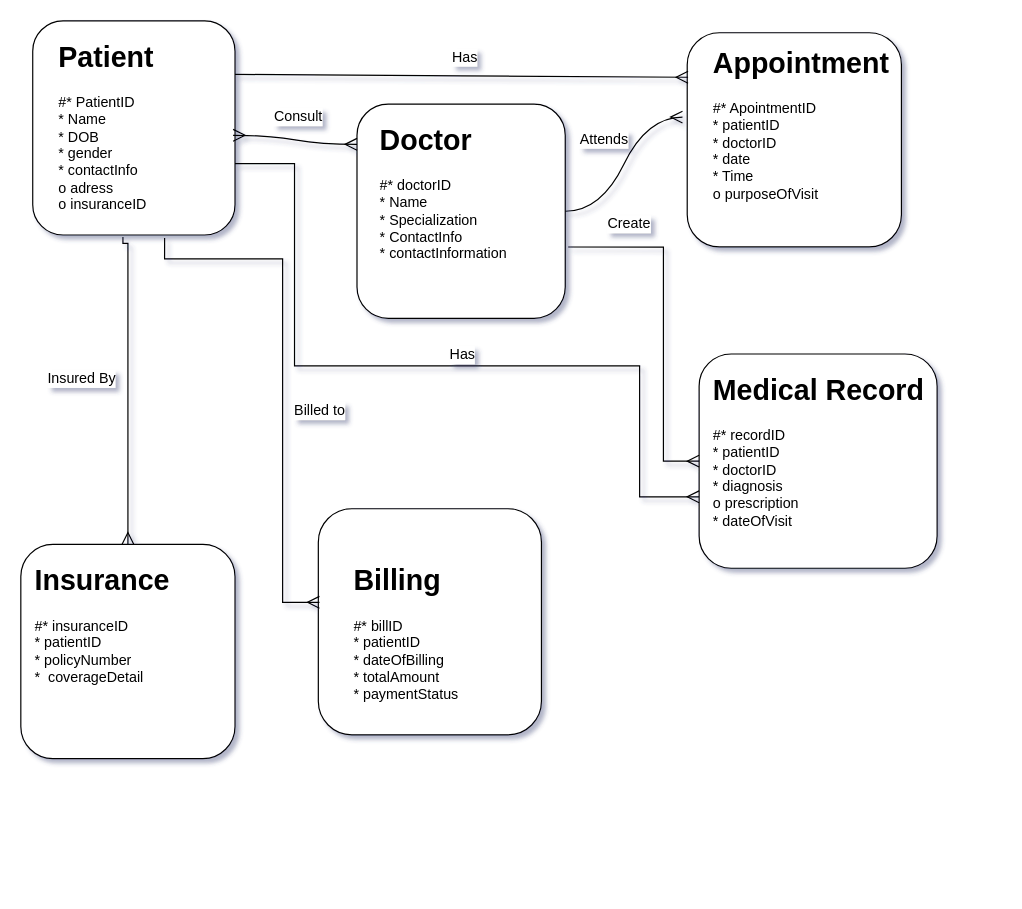
Above: Untitled Diagram.drawio in Usmankhan-038/New (draw.io), before the change. Source tidied: cells renumbered, new cells numbered last; positions are measured from the earlier drawing's top-left corner, leaving out a move shared by most shapes. Both pictures are drawn from the tidied source at 119%, with x=0, y=0 at pixel (20, 20).
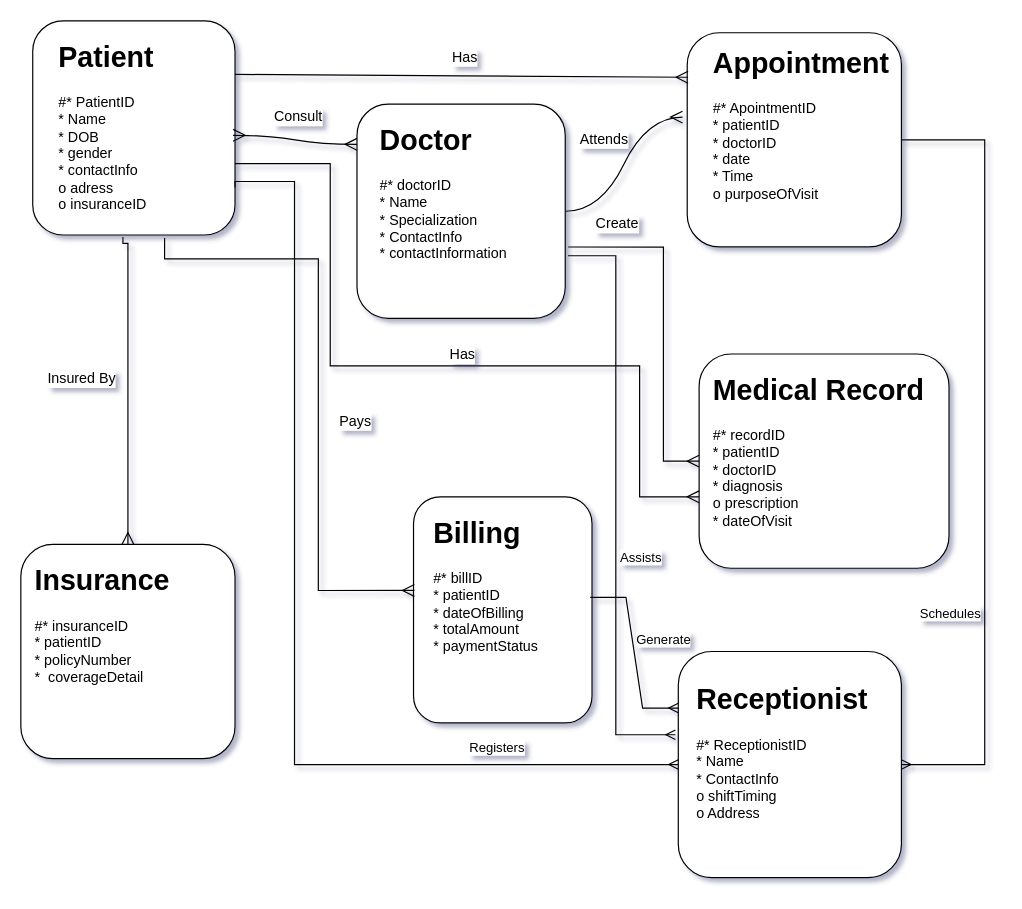
The same diagram, later.

The change refers to these unchanged cells:
```xml
<mxCell id="2" style="rounded=1;whiteSpace=wrap;html=1;" parent="1" vertex="1">
  <mxGeometry x="10" width="170" height="180" as="geometry" />
</mxCell>
<mxCell id="4" style="rounded=1;whiteSpace=wrap;html=1;" parent="1" vertex="1">
  <mxGeometry x="282.5" y="70" width="175" height="180" as="geometry" />
</mxCell>
<mxCell id="7" value="&lt;h1 style=&quot;margin-top: 0px;&quot;&gt;Appointment&lt;/h1&gt;&lt;div&gt;#* ApointmentID&lt;/div&gt;&lt;div&gt;* patientID&lt;/div&gt;&lt;div&gt;* doctorID&lt;/div&gt;&lt;div&gt;* date&lt;/div&gt;&lt;div&gt;* Time&lt;/div&gt;&lt;div&gt;o purposeOfVisit&lt;/div&gt;&lt;div&gt;&lt;br&gt;&lt;/div&gt;" style="text;html=1;whiteSpace=wrap;overflow=hidden;rounded=0;" parent="1" vertex="1">
  <mxGeometry x="580" y="15" width="160" height="170" as="geometry" />
</mxCell>
<mxCell id="23" style="edgeStyle=orthogonalEdgeStyle;fontSize=12;html=1;endArrow=ERmany;rounded=0;startSize=8;endSize=8;exitX=1.014;exitY=0.667;exitDx=0;exitDy=0;exitPerimeter=0;" parent="1" edge="1" source="4" target="12">
  <mxGeometry relative="1" as="geometry">
    <Array as="points">
      <mxPoint x="540" y="190" />
      <mxPoint x="540" y="370" />
    </Array>
  </mxGeometry>
</mxCell>
```

Change to the diagram source:
```diff
@@
     <mxCell id="10" style="rounded=1;whiteSpace=wrap;html=1;" parent="1" vertex="1">
-      <mxGeometry x="250" y="410" width="187.5" height="190" as="geometry" />
+      <mxGeometry x="330" y="400" width="150" height="190" as="geometry" />
     </mxCell>
     <mxCell id="11" value="&lt;h1 style=&quot;margin-top: 0px;&quot;&gt;&lt;span style=&quot;background-color: initial;&quot;&gt;Billing&lt;/span&gt;&lt;/h1&gt;&lt;div&gt;#* billID&lt;/div&gt;&lt;div&gt;* patientID&lt;/div&gt;&lt;div&gt;* dateOfBilling&lt;/div&gt;&lt;div&gt;* totalAmount&lt;/div&gt;&lt;div&gt;* paymentStatus&lt;/div&gt;&lt;div&gt;&lt;br&gt;&lt;/div&gt;&lt;div&gt;&lt;br&gt;&lt;/div&gt;" style="text;html=1;whiteSpace=wrap;overflow=hidden;rounded=0;" parent="1" vertex="1">
-      <mxGeometry x="277.5" y="450" width="160" height="170" as="geometry" />
+      <mxGeometry x="345" y="410" width="112.5" height="170" as="geometry" />
     </mxCell>
     <mxCell id="12" style="rounded=1;whiteSpace=wrap;html=1;" parent="1" vertex="1">
-      <mxGeometry x="570" y="280" width="200" height="180" as="geometry" />
+      <mxGeometry x="570" y="280" width="210" height="180" as="geometry" />
     </mxCell>
@@
     <mxCell id="21" style="edgeStyle=orthogonalEdgeStyle;fontSize=12;html=1;endArrow=ERmany;rounded=0;startSize=8;endSize=8;entryX=0;entryY=0.5;entryDx=0;entryDy=0;" parent="1" edge="1">
       <mxGeometry relative="1" as="geometry">
         <mxPoint x="180" y="120" as="sourcePoint" />
         <mxPoint x="570" y="400" as="targetPoint" />
         <Array as="points">
-          <mxPoint x="230" y="120" />
-          <mxPoint x="230" y="290" />
+          <mxPoint x="260" y="120" />
+          <mxPoint x="260" y="290" />
           <mxPoint x="520" y="290" />
           <mxPoint x="520" y="400" />
         </Array>
       </mxGeometry>
     </mxCell>
@@
     <mxCell id="24" value="Create" style="edgeLabel;html=1;align=center;verticalAlign=middle;fontSize=12;" parent="23" vertex="1">
       <mxGeometry x="-0.63" y="3" relative="1" as="geometry">
-        <mxPoint x="-3" y="-17" as="offset" />
+        <mxPoint x="-13" y="-17" as="offset" />
       </mxGeometry>
     </mxCell>
@@
     <mxCell id="27" style="edgeStyle=orthogonalEdgeStyle;fontSize=12;html=1;endArrow=ERmany;rounded=0;startSize=8;endSize=8;entryX=0.005;entryY=0.414;entryDx=0;entryDy=0;entryPerimeter=0;exitX=0.652;exitY=1.014;exitDx=0;exitDy=0;exitPerimeter=0;" parent="1" edge="1" source="2" target="10">
       <mxGeometry relative="1" as="geometry">
         <Array as="points">
           <mxPoint x="121" y="200" />
-          <mxPoint x="220" y="200" />
-          <mxPoint x="220" y="489" />
+          <mxPoint x="250" y="200" />
+          <mxPoint x="250" y="479" />
         </Array>
       </mxGeometry>
     </mxCell>
-    <mxCell id="28" value="Billed to" style="edgeLabel;html=1;align=center;verticalAlign=middle;fontSize=12;" parent="27" vertex="1">
+    <mxCell id="28" value="Pays" style="edgeLabel;html=1;align=center;verticalAlign=middle;fontSize=12;" parent="27" vertex="1">
       <mxGeometry x="0.12" y="2" relative="1" as="geometry">
         <mxPoint x="28" as="offset" />
       </mxGeometry>
     </mxCell>
+    <mxCell id="29" style="rounded=1;whiteSpace=wrap;html=1;" parent="1" vertex="1">
+      <mxGeometry x="552.5" y="530" width="187.5" height="190" as="geometry" />
+    </mxCell>
+    <mxCell id="30" value="&lt;h1 style=&quot;margin-top: 0px;&quot;&gt;Receptionist&lt;/h1&gt;&lt;div&gt;#* ReceptionistID&lt;/div&gt;&lt;div&gt;* Name&lt;/div&gt;&lt;div&gt;* ContactInfo&lt;/div&gt;&lt;div&gt;o shiftTiming&lt;/div&gt;&lt;div&gt;o Address&lt;/div&gt;&lt;div&gt;&lt;br&gt;&lt;/div&gt;&lt;div&gt;&lt;br&gt;&lt;/div&gt;" style="text;html=1;whiteSpace=wrap;overflow=hidden;rounded=0;" parent="1" vertex="1">
+      <mxGeometry x="566.2" y="550" width="160" height="170" as="geometry" />
+    </mxCell>
+    <mxCell id="31" style="edgeStyle=orthogonalEdgeStyle;fontSize=12;html=1;endArrow=ERmany;rounded=0;entryX=0;entryY=0.5;entryDx=0;entryDy=0;" parent="1" edge="1" target="29">
+      <mxGeometry relative="1" as="geometry">
+        <mxPoint x="180" y="140" as="sourcePoint" />
+        <Array as="points">
+          <mxPoint x="230" y="135" />
+          <mxPoint x="230" y="625" />
+        </Array>
+      </mxGeometry>
+    </mxCell>
+    <mxCell id="32" value="Registers" style="edgeLabel;html=1;align=center;verticalAlign=middle;" parent="31" vertex="1">
+      <mxGeometry x="-0.91" y="1" relative="1" as="geometry">
+        <mxPoint x="185" y="476" as="offset" />
+      </mxGeometry>
+    </mxCell>
+    <mxCell id="33" style="edgeStyle=orthogonalEdgeStyle;fontSize=12;html=1;endArrow=ERmany;rounded=0;entryX=1;entryY=0.5;entryDx=0;entryDy=0;exitX=1;exitY=0.5;exitDx=0;exitDy=0;" parent="1" edge="1" source="7" target="29">
+      <mxGeometry relative="1" as="geometry">
+        <Array as="points">
+          <mxPoint x="810" y="100" />
+          <mxPoint x="810" y="625" />
+        </Array>
+      </mxGeometry>
+    </mxCell>
+    <mxCell id="34" value="Schedules" style="edgeLabel;html=1;align=center;verticalAlign=middle;" parent="33" vertex="1">
+      <mxGeometry x="0.47" relative="1" as="geometry">
+        <mxPoint x="-30" y="-22" as="offset" />
+      </mxGeometry>
+    </mxCell>
+    <mxCell id="35" style="edgeStyle=orthogonalEdgeStyle;fontSize=12;html=1;endArrow=ERmany;rounded=0;entryX=-0.013;entryY=0.368;entryDx=0;entryDy=0;entryPerimeter=0;exitX=1.013;exitY=0.708;exitDx=0;exitDy=0;exitPerimeter=0;" parent="1" edge="1" source="4" target="29">
+      <mxGeometry relative="1" as="geometry">
+        <Array as="points">
+          <mxPoint x="500" y="197" />
+          <mxPoint x="500" y="600" />
+        </Array>
+      </mxGeometry>
+    </mxCell>
+    <mxCell id="36" value="Assists" style="edgeLabel;html=1;align=center;verticalAlign=middle;" parent="35" vertex="1">
+      <mxGeometry x="0.21" y="1" relative="1" as="geometry">
+        <mxPoint x="19" y="-5" as="offset" />
+      </mxGeometry>
+    </mxCell>
+    <mxCell id="37" style="edgeStyle=entityRelationEdgeStyle;fontSize=12;html=1;endArrow=ERmany;rounded=0;entryX=0;entryY=0.25;entryDx=0;entryDy=0;exitX=0.99;exitY=0.445;exitDx=0;exitDy=0;exitPerimeter=0;" parent="1" edge="1" source="10" target="29">
+      <mxGeometry relative="1" as="geometry" />
+    </mxCell>
+    <mxCell id="38" value="Generate" style="edgeLabel;html=1;align=center;verticalAlign=middle;" parent="37" vertex="1">
+      <mxGeometry x="-0.14" y="3" relative="1" as="geometry">
+        <mxPoint x="23" as="offset" />
+      </mxGeometry>
+    </mxCell>
```
